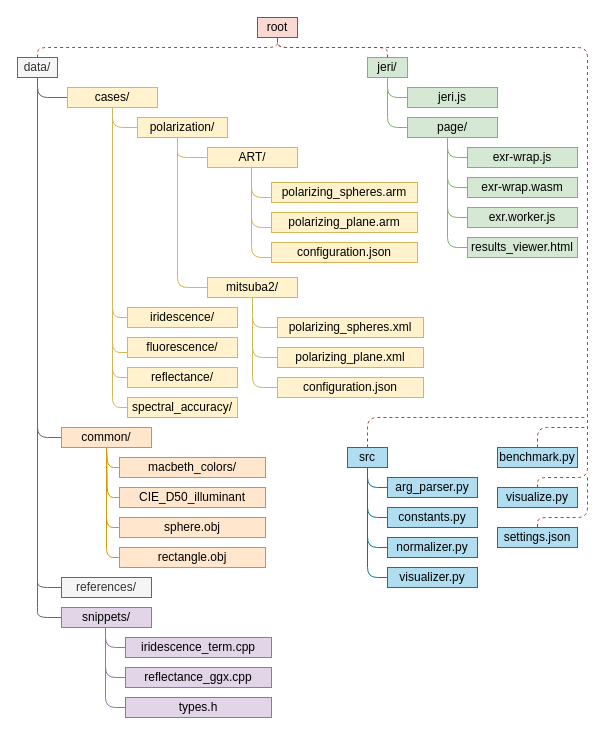
Before: img/framework.drawio in marcel1hruska/render_benchmark_thesis, a draw.io diagram. Source tidied: cells renumbered, new cells numbered last; positions are measured from the earlier drawing's top-left corner, leaving out a move shared by most shapes. Both pictures are drawn from the tidied source at 100%, with x=0, y=0 at pixel (17, 17).
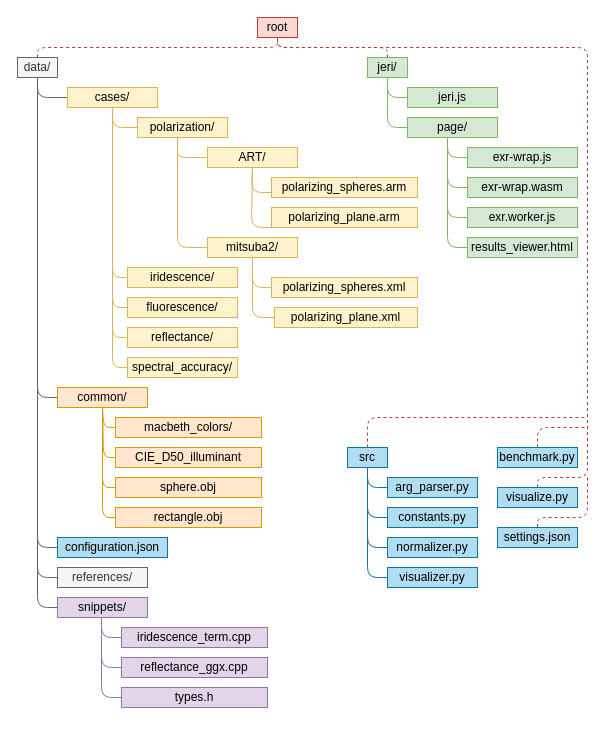
The same diagram, later.

The change refers to these unchanged cells:
```xml
<mxCell id="2" value="data/" style="text;html=1;align=center;verticalAlign=middle;whiteSpace=wrap;rounded=0;fillColor=#f5f5f5;strokeColor=#666666;fontColor=#333333;" parent="1" vertex="1">
  <mxGeometry y="40" width="40" height="20" as="geometry" />
</mxCell>
<mxCell id="29" value="cases/" style="text;html=1;align=center;verticalAlign=middle;whiteSpace=wrap;rounded=0;fillColor=#fff2cc;strokeColor=#d6b656;" parent="1" vertex="1">
  <mxGeometry x="50" y="70" width="90" height="20" as="geometry" />
</mxCell>
<mxCell id="46" value="ART/" style="text;html=1;align=center;verticalAlign=middle;whiteSpace=wrap;rounded=0;fillColor=#fff2cc;strokeColor=#d6b656;" parent="1" vertex="1">
  <mxGeometry x="190" y="130" width="90" height="20" as="geometry" />
</mxCell>
```

Change to the diagram source:
```diff
@@
     <mxCell id="30" style="endArrow=none;html=1;fillColor=#f5f5f5;strokeColor=#666666;exitX=0.5;exitY=1;exitDx=0;exitDy=0;entryX=0;entryY=0.5;entryDx=0;entryDy=0;" parent="1" edge="1" source="2" target="31">
       <mxGeometry relative="1" as="geometry">
         <Array as="points">
-          <mxPoint x="20" y="420" />
+          <mxPoint x="20" y="380" />
         </Array>
       </mxGeometry>
     </mxCell>
     <mxCell id="31" value="common/" style="text;html=1;align=center;verticalAlign=middle;whiteSpace=wrap;rounded=0;fillColor=#ffe6cc;strokeColor=#d79b00;" parent="1" vertex="1">
-      <mxGeometry x="44" y="410" width="90" height="20" as="geometry" />
+      <mxGeometry x="40" y="370" width="90" height="20" as="geometry" />
     </mxCell>
-    <mxCell id="32" style="endArrow=none;html=1;fillColor=#f5f5f5;strokeColor=#666666;exitX=0.5;exitY=1;exitDx=0;exitDy=0;entryX=0;entryY=0.5;entryDx=0;entryDy=0;" parent="1" edge="1" source="2" target="33">
-      <mxGeometry relative="1" as="geometry">
-        <Array as="points">
-          <mxPoint x="20" y="550" />
-          <mxPoint x="20" y="570" />
-        </Array>
-      </mxGeometry>
-    </mxCell>
     <mxCell id="33" value="references/" style="text;html=1;align=center;verticalAlign=middle;whiteSpace=wrap;rounded=0;fillColor=#f5f5f5;strokeColor=#666666;fontColor=#333333;" parent="1" vertex="1">
-      <mxGeometry x="44" y="560" width="90" height="20" as="geometry" />
+      <mxGeometry x="40" y="550" width="90" height="20" as="geometry" />
     </mxCell>
-    <mxCell id="34" style="endArrow=none;html=1;fillColor=#f5f5f5;strokeColor=#666666;entryX=0;entryY=0.5;entryDx=0;entryDy=0;" parent="1" edge="1" source="2" target="35">
-      <mxGeometry relative="1" as="geometry">
-        <Array as="points">
-          <mxPoint x="20" y="580" />
-          <mxPoint x="20" y="600" />
-        </Array>
-      </mxGeometry>
-    </mxCell>
     <mxCell id="35" value="snippets/" style="text;html=1;align=center;verticalAlign=middle;whiteSpace=wrap;rounded=0;fillColor=#e1d5e7;strokeColor=#9673a6;" parent="1" vertex="1">
-      <mxGeometry x="44" y="590" width="90" height="20" as="geometry" />
+      <mxGeometry x="40" y="580" width="90" height="20" as="geometry" />
     </mxCell>
@@
-    <mxCell id="38" style="endArrow=none;html=1;fillColor=#fff2cc;strokeColor=#d6b656;exitX=0.5;exitY=1;exitDx=0;exitDy=0;" parent="1" edge="1" source="29">
+    <mxCell id="38" style="endArrow=none;html=1;fillColor=#fff2cc;strokeColor=#d6b656;exitX=0.5;exitY=1;exitDx=0;exitDy=0;entryX=0;entryY=0.5;entryDx=0;entryDy=0;" parent="1" edge="1" source="29" target="41">
       <mxGeometry relative="1" as="geometry">
-        <mxPoint x="110" y="335" as="targetPoint" />
         <Array as="points">
-          <mxPoint x="95" y="335" />
+          <mxPoint x="95" y="290" />
         </Array>
       </mxGeometry>
     </mxCell>
     <mxCell id="39" value="iridescence/" style="text;html=1;align=center;verticalAlign=middle;whiteSpace=wrap;rounded=0;fillColor=#fff2cc;strokeColor=#d6b656;" parent="1" vertex="1">
-      <mxGeometry x="110" y="290" width="110" height="20" as="geometry" />
+      <mxGeometry x="110" y="250" width="110" height="20" as="geometry" />
     </mxCell>
     <mxCell id="40" style="endArrow=none;html=1;fillColor=#fff2cc;strokeColor=#d6b656;exitX=0.5;exitY=1;exitDx=0;exitDy=0;entryX=0;entryY=0.5;entryDx=0;entryDy=0;" parent="1" edge="1" source="29" target="43">
       <mxGeometry relative="1" as="geometry">
         <Array as="points">
-          <mxPoint x="95" y="360" />
+          <mxPoint x="95" y="320" />
         </Array>
       </mxGeometry>
     </mxCell>
     <mxCell id="41" value="fluorescence/" style="text;html=1;align=center;verticalAlign=middle;whiteSpace=wrap;rounded=0;fillColor=#fff2cc;strokeColor=#d6b656;" parent="1" vertex="1">
-      <mxGeometry x="110" y="320" width="110" height="20" as="geometry" />
+      <mxGeometry x="110" y="280" width="110" height="20" as="geometry" />
     </mxCell>
     <mxCell id="42" style="endArrow=none;html=1;fillColor=#fff2cc;strokeColor=#d6b656;exitX=0.5;exitY=1;exitDx=0;exitDy=0;entryX=0;entryY=0.5;entryDx=0;entryDy=0;" parent="1" edge="1" source="29" target="75">
       <mxGeometry relative="1" as="geometry">
         <Array as="points">
-          <mxPoint x="95" y="390" />
+          <mxPoint x="95" y="350" />
         </Array>
       </mxGeometry>
     </mxCell>
     <mxCell id="43" value="reflectance/" style="text;html=1;align=center;verticalAlign=middle;whiteSpace=wrap;rounded=0;fillColor=#fff2cc;strokeColor=#d6b656;" parent="1" vertex="1">
-      <mxGeometry x="110" y="350" width="110" height="20" as="geometry" />
+      <mxGeometry x="110" y="310" width="110" height="20" as="geometry" />
     </mxCell>
     <mxCell id="44" style="endArrow=none;html=1;fillColor=#fff2cc;strokeColor=#d6b656;exitX=0.5;exitY=1;exitDx=0;exitDy=0;entryX=0;entryY=0.5;entryDx=0;entryDy=0;" parent="1" edge="1" source="29" target="39">
       <mxGeometry relative="1" as="geometry">
         <Array as="points">
-          <mxPoint x="95" y="300" />
+          <mxPoint x="95" y="260" />
         </Array>
       </mxGeometry>
     </mxCell>
     <mxCell id="45" style="endArrow=none;html=1;fillColor=#fff2cc;strokeColor=#d6b656;exitX=0.5;exitY=1;exitDx=0;exitDy=0;entryX=0;entryY=0.5;entryDx=0;entryDy=0;" parent="1" edge="1" target="47">
       <mxGeometry relative="1" as="geometry">
         <mxPoint x="160" y="120" as="sourcePoint" />
         <Array as="points">
-          <mxPoint x="160" y="270" />
+          <mxPoint x="160" y="230" />
         </Array>
       </mxGeometry>
     </mxCell>
@@
     <mxCell id="47" value="mitsuba2/" style="text;html=1;align=center;verticalAlign=middle;whiteSpace=wrap;rounded=0;fillColor=#fff2cc;strokeColor=#d6b656;" parent="1" vertex="1">
-      <mxGeometry x="190" y="260" width="90" height="20" as="geometry" />
+      <mxGeometry x="190" y="220" width="90" height="20" as="geometry" />
     </mxCell>
@@
-    <mxCell id="49" style="endArrow=none;html=1;fillColor=#fff2cc;strokeColor=#d6b656;" parent="1" edge="1">
+    <mxCell id="49" style="endArrow=none;html=1;fillColor=#fff2cc;strokeColor=#d6b656;exitX=0.5;exitY=1;exitDx=0;exitDy=0;" parent="1" edge="1" source="46">
       <mxGeometry relative="1" as="geometry">
-        <mxPoint x="234" y="160" as="sourcePoint" />
-        <mxPoint x="254" y="180" as="targetPoint" />
+        <mxPoint x="254" y="175" as="targetPoint" />
         <Array as="points">
-          <mxPoint x="234" y="180" />
+          <mxPoint x="234" y="175" />
         </Array>
       </mxGeometry>
     </mxCell>
     <mxCell id="50" value="polarizing_spheres.arm" style="text;html=1;align=center;verticalAlign=middle;whiteSpace=wrap;rounded=0;fillColor=#fff2cc;strokeColor=#d6b656;" parent="1" vertex="1">
-      <mxGeometry x="254" y="165" width="146" height="20" as="geometry" />
+      <mxGeometry x="254" y="160" width="146" height="20" as="geometry" />
     </mxCell>
-    <mxCell id="51" style="endArrow=none;html=1;fillColor=#fff2cc;strokeColor=#d6b656;" parent="1" edge="1">
+    <mxCell id="51" style="endArrow=none;html=1;fillColor=#fff2cc;strokeColor=#d6b656;exitX=0.5;exitY=1;exitDx=0;exitDy=0;" parent="1" edge="1" source="46">
       <mxGeometry relative="1" as="geometry">
-        <mxPoint x="234" y="160" as="sourcePoint" />
         <mxPoint x="254" y="210" as="targetPoint" />
         <Array as="points">
           <mxPoint x="234" y="210" />
         </Array>
       </mxGeometry>
     </mxCell>
     <mxCell id="52" value="polarizing_plane.arm" style="text;html=1;align=center;verticalAlign=middle;whiteSpace=wrap;rounded=0;fillColor=#fff2cc;strokeColor=#d6b656;" parent="1" vertex="1">
-      <mxGeometry x="254" y="195" width="146" height="20" as="geometry" />
+      <mxGeometry x="254" y="190" width="146" height="20" as="geometry" />
     </mxCell>
-    <mxCell id="53" style="endArrow=none;html=1;fillColor=#fff2cc;strokeColor=#d6b656;" parent="1" edge="1">
-      <mxGeometry relative="1" as="geometry">
-        <mxPoint x="234" y="150" as="sourcePoint" />
-        <mxPoint x="254" y="240" as="targetPoint" />
-        <Array as="points">
-          <mxPoint x="234" y="240" />
-        </Array>
-      </mxGeometry>
-    </mxCell>
-    <mxCell id="54" value="configuration.json" style="text;html=1;align=center;verticalAlign=middle;whiteSpace=wrap;rounded=0;fillColor=#fff2cc;strokeColor=#d6b656;" parent="1" vertex="1">
-      <mxGeometry x="254" y="225" width="146" height="20" as="geometry" />
-    </mxCell>
-    <mxCell id="55" style="endArrow=none;html=1;fillColor=#fff2cc;strokeColor=#d6b656;exitX=0.5;exitY=1;exitDx=0;exitDy=0;" parent="1" edge="1" source="47">
+    <mxCell id="55" style="endArrow=none;html=1;fillColor=#fff2cc;strokeColor=#d6b656;exitX=0.5;exitY=1;exitDx=0;exitDy=0;entryX=0;entryY=0.5;entryDx=0;entryDy=0;" parent="1" edge="1" source="47" target="56">
       <mxGeometry relative="1" as="geometry">
-        <mxPoint x="260" y="310" as="targetPoint" />
         <Array as="points">
-          <mxPoint x="235" y="310" />
+          <mxPoint x="235" y="270" />
         </Array>
       </mxGeometry>
     </mxCell>
     <mxCell id="56" value="polarizing_spheres.xml" style="text;html=1;align=center;verticalAlign=middle;whiteSpace=wrap;rounded=0;fillColor=#fff2cc;strokeColor=#d6b656;" parent="1" vertex="1">
-      <mxGeometry x="260" y="300" width="146" height="20" as="geometry" />
+      <mxGeometry x="254" y="260" width="146" height="20" as="geometry" />
     </mxCell>
-    <mxCell id="57" style="endArrow=none;html=1;fillColor=#fff2cc;strokeColor=#d6b656;exitX=0.5;exitY=1;exitDx=0;exitDy=0;" parent="1" edge="1" source="47">
+    <mxCell id="57" style="endArrow=none;html=1;fillColor=#fff2cc;strokeColor=#d6b656;exitX=0.5;exitY=1;exitDx=0;exitDy=0;entryX=0;entryY=0.5;entryDx=0;entryDy=0;" parent="1" edge="1" source="47" target="58">
       <mxGeometry relative="1" as="geometry">
-        <mxPoint x="260" y="340" as="targetPoint" />
         <Array as="points">
-          <mxPoint x="235" y="340" />
+          <mxPoint x="235" y="300" />
         </Array>
       </mxGeometry>
     </mxCell>
     <mxCell id="58" value="polarizing_plane.xml" style="text;html=1;align=center;verticalAlign=middle;whiteSpace=wrap;rounded=0;fillColor=#fff2cc;strokeColor=#d6b656;" parent="1" vertex="1">
-      <mxGeometry x="260" y="330" width="146" height="20" as="geometry" />
+      <mxGeometry x="257" y="290" width="143" height="20" as="geometry" />
     </mxCell>
-    <mxCell id="59" style="endArrow=none;html=1;fillColor=#fff2cc;strokeColor=#d6b656;exitX=0.5;exitY=1;exitDx=0;exitDy=0;" parent="1" edge="1" source="47">
-      <mxGeometry relative="1" as="geometry">
-        <mxPoint x="260" y="370" as="targetPoint" />
-        <Array as="points">
-          <mxPoint x="235" y="370" />
-        </Array>
-      </mxGeometry>
-    </mxCell>
-    <mxCell id="60" value="configuration.json" style="text;html=1;align=center;verticalAlign=middle;whiteSpace=wrap;rounded=0;fillColor=#fff2cc;strokeColor=#d6b656;" parent="1" vertex="1">
-      <mxGeometry x="260" y="360" width="146" height="20" as="geometry" />
-    </mxCell>
     <mxCell id="61" style="endArrow=none;html=1;fillColor=#ffe6cc;strokeColor=#d79b00;entryX=0;entryY=0.5;entryDx=0;entryDy=0;exitX=0.5;exitY=1;exitDx=0;exitDy=0;" parent="1" edge="1" source="31" target="62">
       <mxGeometry relative="1" as="geometry">
         <Array as="points">
-          <mxPoint x="90" y="450" />
+          <mxPoint x="86" y="410" />
         </Array>
       </mxGeometry>
     </mxCell>
     <mxCell id="62" value="macbeth_colors/" style="text;html=1;align=center;verticalAlign=middle;whiteSpace=wrap;rounded=0;fillColor=#ffe6cc;strokeColor=#d79b00;" parent="1" vertex="1">
-      <mxGeometry x="102" y="440" width="146" height="20" as="geometry" />
+      <mxGeometry x="98" y="400" width="146" height="20" as="geometry" />
     </mxCell>
     <mxCell id="63" style="endArrow=none;html=1;fillColor=#ffe6cc;strokeColor=#d79b00;entryX=0;entryY=0.5;entryDx=0;entryDy=0;exitX=0.5;exitY=1;exitDx=0;exitDy=0;" parent="1" edge="1" source="31" target="64">
       <mxGeometry relative="1" as="geometry">
         <Array as="points">
-          <mxPoint x="90" y="480" />
+          <mxPoint x="86" y="440" />
         </Array>
       </mxGeometry>
     </mxCell>
     <mxCell id="64" value="CIE_D50_illuminant" style="text;html=1;align=center;verticalAlign=middle;whiteSpace=wrap;rounded=0;fillColor=#ffe6cc;strokeColor=#d79b00;" parent="1" vertex="1">
-      <mxGeometry x="102" y="470" width="146" height="20" as="geometry" />
+      <mxGeometry x="98" y="430" width="146" height="20" as="geometry" />
     </mxCell>
     <mxCell id="65" style="endArrow=none;html=1;fillColor=#ffe6cc;strokeColor=#d79b00;entryX=0;entryY=0.5;entryDx=0;entryDy=0;exitX=0.5;exitY=1;exitDx=0;exitDy=0;" parent="1" edge="1" source="31" target="66">
       <mxGeometry relative="1" as="geometry">
         <Array as="points">
-          <mxPoint x="89" y="510" />
+          <mxPoint x="85" y="470" />
         </Array>
       </mxGeometry>
     </mxCell>
     <mxCell id="66" value="sphere.obj" style="text;html=1;align=center;verticalAlign=middle;whiteSpace=wrap;rounded=0;fillColor=#ffe6cc;strokeColor=#d79b00;" parent="1" vertex="1">
-      <mxGeometry x="102" y="500" width="146" height="20" as="geometry" />
+      <mxGeometry x="98" y="460" width="146" height="20" as="geometry" />
     </mxCell>
     <mxCell id="67" style="endArrow=none;html=1;fillColor=#ffe6cc;strokeColor=#d79b00;entryX=0;entryY=0.5;entryDx=0;entryDy=0;exitX=0.5;exitY=1;exitDx=0;exitDy=0;" parent="1" edge="1" source="31" target="68">
       <mxGeometry relative="1" as="geometry">
         <Array as="points">
-          <mxPoint x="89" y="540" />
+          <mxPoint x="85" y="500" />
         </Array>
       </mxGeometry>
     </mxCell>
     <mxCell id="68" value="rectangle.obj" style="text;html=1;align=center;verticalAlign=middle;whiteSpace=wrap;rounded=0;fillColor=#ffe6cc;strokeColor=#d79b00;" parent="1" vertex="1">
-      <mxGeometry x="102" y="530" width="146" height="20" as="geometry" />
+      <mxGeometry x="98" y="490" width="146" height="20" as="geometry" />
     </mxCell>
     <mxCell id="69" style="endArrow=none;html=1;fillColor=#e1d5e7;strokeColor=#9673a6;entryX=0;entryY=0.5;entryDx=0;entryDy=0;" parent="1" edge="1" target="70">
       <mxGeometry relative="1" as="geometry">
-        <mxPoint x="88" y="610" as="sourcePoint" />
+        <mxPoint x="84" y="600" as="sourcePoint" />
         <Array as="points">
-          <mxPoint x="88" y="630" />
+          <mxPoint x="84" y="620" />
         </Array>
       </mxGeometry>
     </mxCell>
     <mxCell id="70" value="iridescence_term.cpp" style="text;html=1;align=center;verticalAlign=middle;whiteSpace=wrap;rounded=0;fillColor=#e1d5e7;strokeColor=#9673a6;" parent="1" vertex="1">
-      <mxGeometry x="108" y="620" width="146" height="20" as="geometry" />
+      <mxGeometry x="104" y="610" width="146" height="20" as="geometry" />
     </mxCell>
     <mxCell id="71" style="endArrow=none;html=1;fillColor=#e1d5e7;strokeColor=#9673a6;entryX=0;entryY=0.5;entryDx=0;entryDy=0;" parent="1" edge="1" target="72">
       <mxGeometry relative="1" as="geometry">
-        <mxPoint x="88" y="610" as="sourcePoint" />
+        <mxPoint x="84" y="600" as="sourcePoint" />
         <Array as="points">
-          <mxPoint x="88" y="660" />
+          <mxPoint x="84" y="650" />
         </Array>
       </mxGeometry>
     </mxCell>
     <mxCell id="72" value="reflectance_ggx.cpp" style="text;html=1;align=center;verticalAlign=middle;whiteSpace=wrap;rounded=0;fillColor=#e1d5e7;strokeColor=#9673a6;" parent="1" vertex="1">
-      <mxGeometry x="108" y="650" width="146" height="20" as="geometry" />
+      <mxGeometry x="104" y="640" width="146" height="20" as="geometry" />
     </mxCell>
     <mxCell id="73" style="endArrow=none;html=1;fillColor=#e1d5e7;strokeColor=#9673a6;entryX=0;entryY=0.5;entryDx=0;entryDy=0;" parent="1" edge="1" target="74">
       <mxGeometry relative="1" as="geometry">
-        <mxPoint x="88" y="610" as="sourcePoint" />
+        <mxPoint x="84" y="600" as="sourcePoint" />
         <Array as="points">
-          <mxPoint x="88" y="690" />
+          <mxPoint x="84" y="680" />
         </Array>
       </mxGeometry>
     </mxCell>
     <mxCell id="74" value="types.h" style="text;html=1;align=center;verticalAlign=middle;whiteSpace=wrap;rounded=0;fillColor=#e1d5e7;strokeColor=#9673a6;" parent="1" vertex="1">
-      <mxGeometry x="108" y="680" width="146" height="20" as="geometry" />
+      <mxGeometry x="104" y="670" width="146" height="20" as="geometry" />
     </mxCell>
     <mxCell id="75" value="spectral_accuracy/" style="text;html=1;align=center;verticalAlign=middle;whiteSpace=wrap;rounded=0;fillColor=#fff2cc;strokeColor=#d6b656;" parent="1" vertex="1">
-      <mxGeometry x="110" y="380" width="110" height="20" as="geometry" />
+      <mxGeometry x="110" y="340" width="110" height="20" as="geometry" />
     </mxCell>
@@
+    <mxCell id="83" style="endArrow=none;html=1;fillColor=#e1d5e7;entryX=0;entryY=0.5;entryDx=0;entryDy=0;exitX=0.5;exitY=1;exitDx=0;exitDy=0;strokeColor=#666666;" parent="1" edge="1" source="2">
+      <mxGeometry relative="1" as="geometry">
+        <mxPoint x="40" y="590" as="targetPoint" />
+        <Array as="points">
+          <mxPoint x="20" y="590" />
+        </Array>
+      </mxGeometry>
+    </mxCell>
+    <mxCell id="84" style="endArrow=none;html=1;fillColor=#e1d5e7;entryX=0;entryY=0.5;entryDx=0;entryDy=0;strokeColor=#666666;" parent="1" edge="1" target="33">
+      <mxGeometry relative="1" as="geometry">
+        <mxPoint x="20" y="60" as="sourcePoint" />
+        <Array as="points">
+          <mxPoint x="20" y="560" />
+        </Array>
+      </mxGeometry>
+    </mxCell>
+    <mxCell id="85" style="endArrow=none;html=1;fillColor=#e1d5e7;entryX=0;entryY=0.5;entryDx=0;entryDy=0;strokeColor=#666666;" parent="1" edge="1">
+      <mxGeometry relative="1" as="geometry">
+        <mxPoint x="20" y="60" as="sourcePoint" />
+        <mxPoint x="40" y="530" as="targetPoint" />
+        <Array as="points">
+          <mxPoint x="20" y="530" />
+        </Array>
+      </mxGeometry>
+    </mxCell>
+    <mxCell id="86" value="configuration.json" style="text;html=1;align=center;verticalAlign=middle;whiteSpace=wrap;rounded=0;fillColor=#b1ddf0;strokeColor=#10739e;" parent="1" vertex="1">
+      <mxGeometry x="40" y="520" width="110" height="20" as="geometry" />
+    </mxCell>
+    <mxCell id="87" style="edgeStyle=orthogonalEdgeStyle;rounded=0;orthogonalLoop=1;jettySize=auto;html=1;exitX=0.5;exitY=1;exitDx=0;exitDy=0;strokeColor=#666666;" parent="1" edge="1" source="58" target="58">
+      <mxGeometry relative="1" as="geometry" />
+    </mxCell>
```
